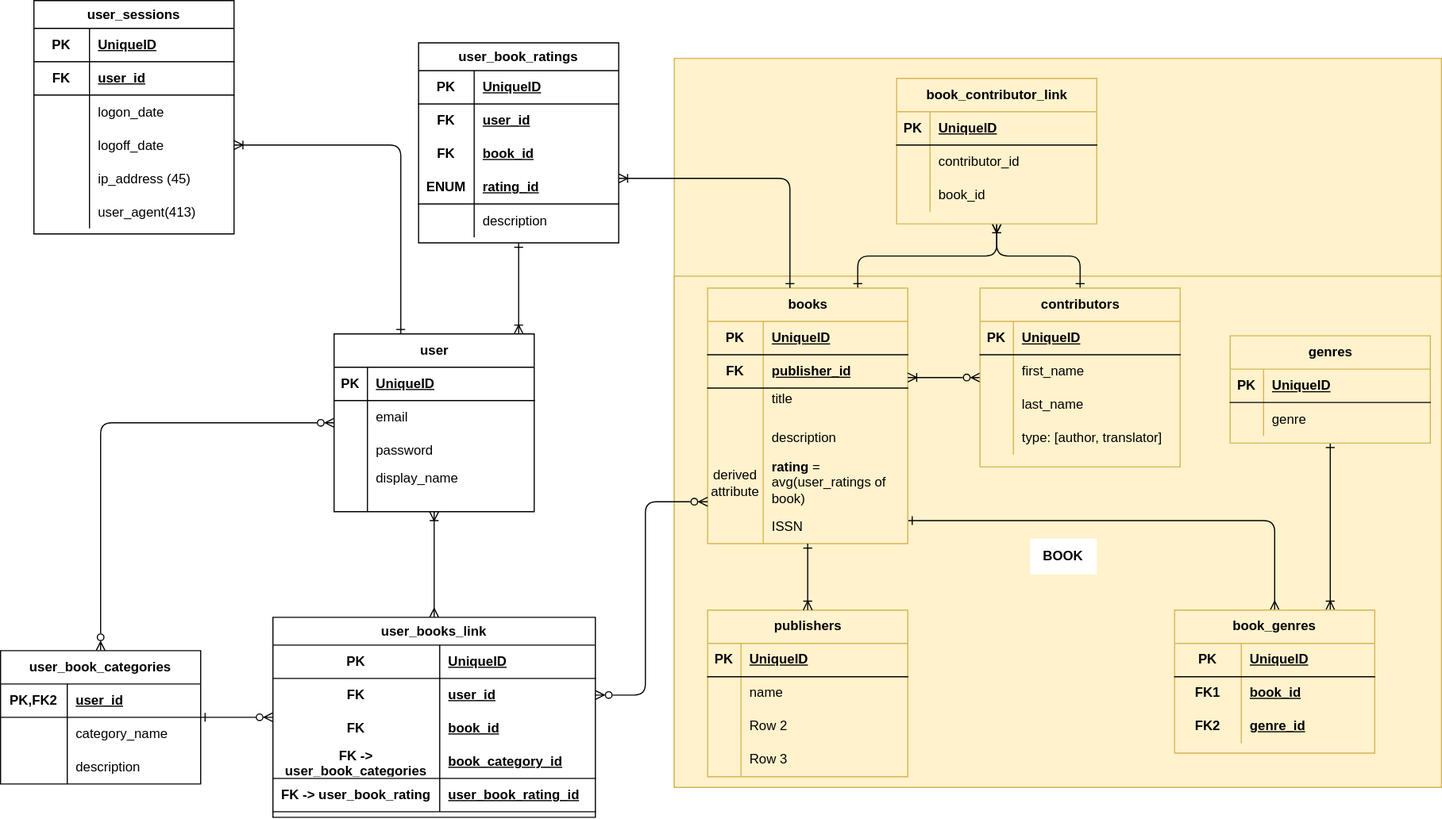
Above: docs/uml.drawio.svg in JCU25/Shelfgleam (draw.io), before the change. Source tidied: cells renumbered, new cells last; positions are measured from the earlier drawing's top-left corner, leaving out a move shared by most shapes.
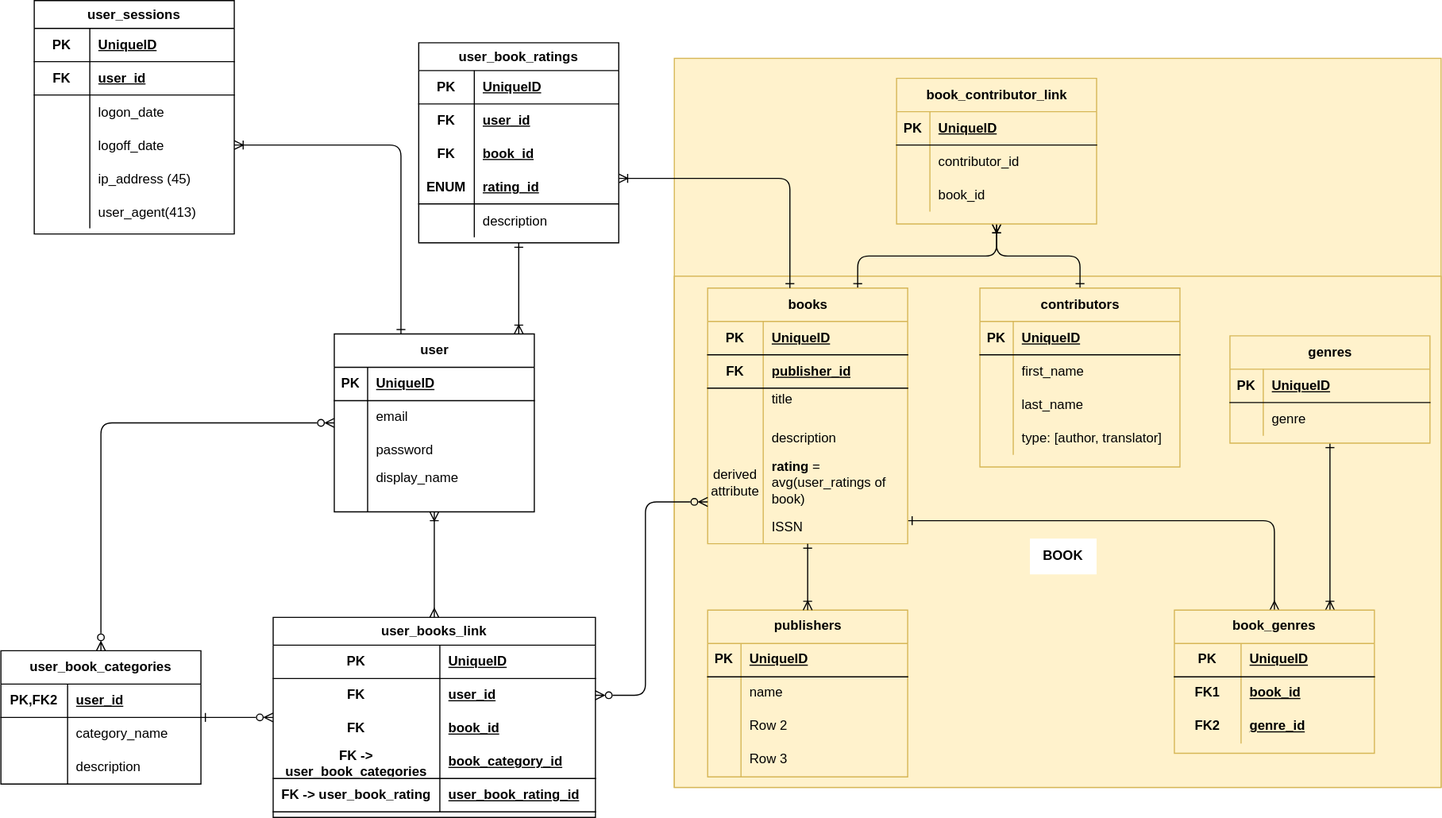
After the commit.

Commit message:
docs: corrected relations in ER Diagram

Diff of the diagram source:
```diff
@@ -365,13 +365,6 @@
     <mxCell id="118" value="ISSN" style="shape=partialRectangle;fillColor=none;top=0;left=0;bottom=0;right=0;align=left;spacingLeft=6;overflow=hidden;whiteSpace=wrap;html=1;" parent="116" vertex="1">
       <mxGeometry x="50" width="130" height="30" as="geometry" />
     </mxCell>
-    <mxCell id="119" style="edgeStyle=orthogonalEdgeStyle;html=1;endArrow=ERoneToMany;endFill=0;startArrow=ERzeroToMany;startFill=0;" parent="84" edge="1" source="120" target="100">
-      <mxGeometry relative="1" as="geometry">
-        <Array as="points">
-          <mxPoint x="90" y="287.2" />
-        </Array>
-      </mxGeometry>
-    </mxCell>
     <mxCell id="120" value="contributors" style="shape=table;startSize=30;rowLines=0;fontStyle=1;align=center;html=1;fillColor=#fff2cc;strokeColor=#d6b656;" parent="84" vertex="1">
       <mxGeometry x="275" y="206.7" width="180" height="161" as="geometry" />
     </mxCell>
```
